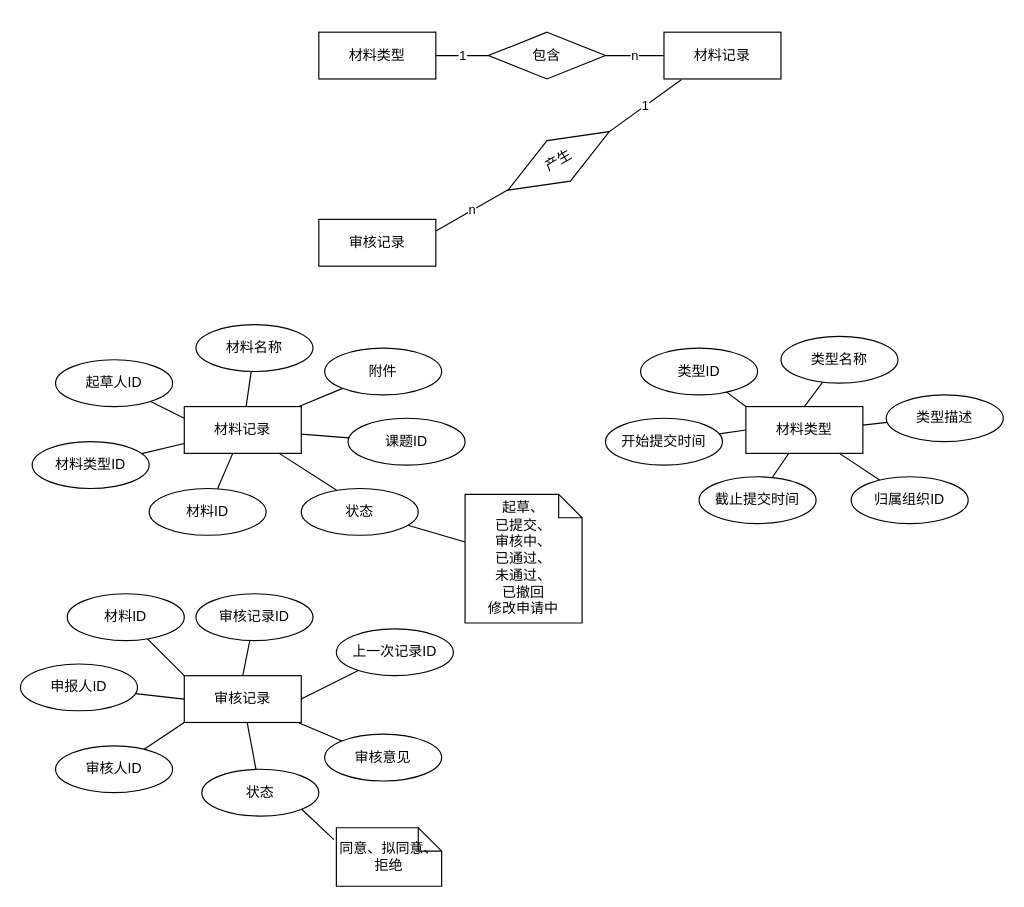
FdfGithub/drawio keeps this draw.io diagram as page "材料服务" (4 of 5) of 毕设管理系统/ER模型图.drawio. Above is the earlier version. Source tidied: cells renumbered, new cells numbered last; positions are measured from the earlier drawing's top-left corner, leaving out a move shared by most shapes. Both pictures are drawn from the tidied source at 117%, with x=0, y=0 at pixel (20, 32).
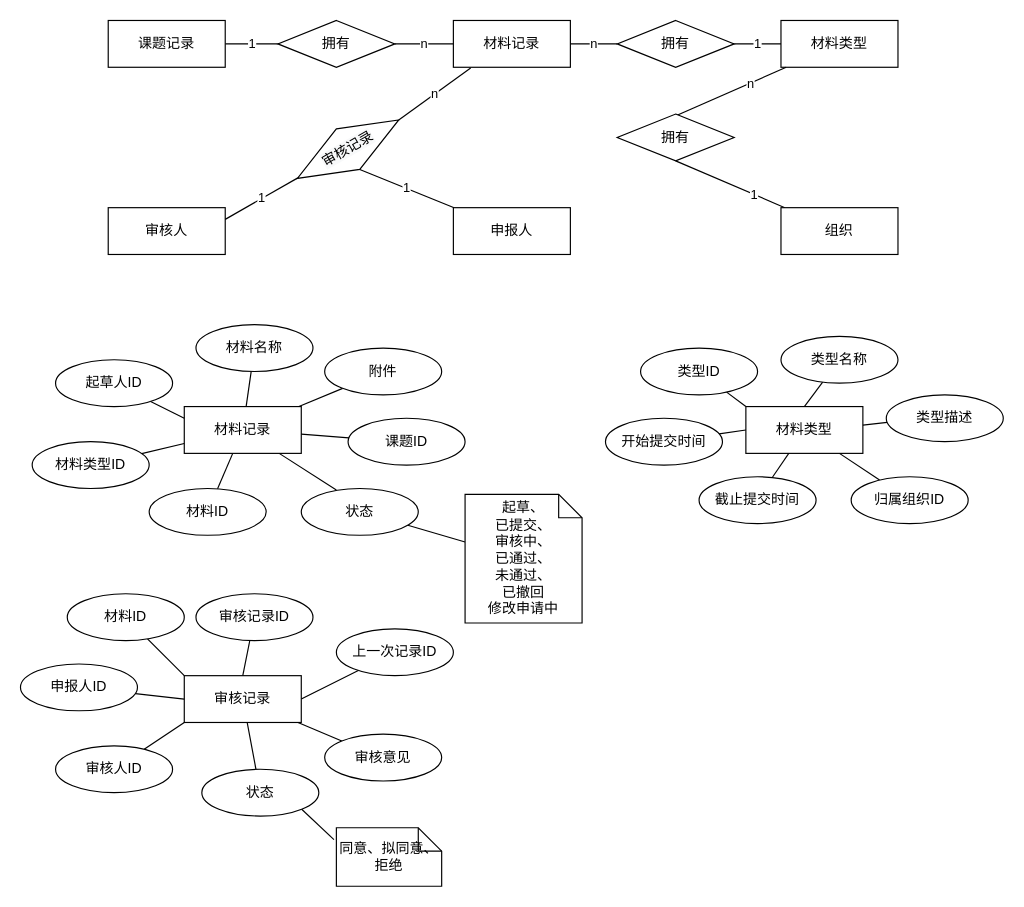
The same diagram, later.

Change to the diagram source:
```diff
@@
     <mxCell id="2" value="材料记录" style="whiteSpace=wrap;html=1;align=center;" parent="1" vertex="1">
-      <mxGeometry x="550" width="100" height="40" as="geometry" />
+      <mxGeometry x="370" y="-10" width="100" height="40" as="geometry" />
     </mxCell>
@@
-    <mxCell id="4" value="材料类型" style="whiteSpace=wrap;html=1;align=center;" parent="1" vertex="1">
-      <mxGeometry x="255" width="100" height="40" as="geometry" />
+    <mxCell id="4" value="课题记录" style="whiteSpace=wrap;html=1;align=center;" parent="1" vertex="1">
+      <mxGeometry x="75" y="-10" width="100" height="40" as="geometry" />
     </mxCell>
-    <mxCell id="5" value="审核记录" style="whiteSpace=wrap;html=1;align=center;" parent="1" vertex="1">
-      <mxGeometry x="255" y="160" width="100" height="40" as="geometry" />
+    <mxCell id="5" value="审核人" style="whiteSpace=wrap;html=1;align=center;" parent="1" vertex="1">
+      <mxGeometry x="75" y="150" width="100" height="40" as="geometry" />
     </mxCell>
@@
     <mxCell id="51" value="n" style="edgeStyle=none;rounded=0;jettySize=auto;html=1;endArrow=none;endFill=0;" parent="1" edge="1" source="52" target="2">
       <mxGeometry relative="1" as="geometry">
         <Array as="points">
-          <mxPoint x="520" y="20" />
+          <mxPoint x="340" y="10" />
         </Array>
       </mxGeometry>
     </mxCell>
-    <mxCell id="52" value="包含" style="shape=rhombus;perimeter=rhombusPerimeter;whiteSpace=wrap;html=1;align=center;" parent="1" vertex="1">
-      <mxGeometry x="400" width="100" height="40" as="geometry" />
+    <mxCell id="52" value="拥有" style="shape=rhombus;perimeter=rhombusPerimeter;whiteSpace=wrap;html=1;align=center;" parent="1" vertex="1">
+      <mxGeometry x="220" y="-10" width="100" height="40" as="geometry" />
     </mxCell>
-    <mxCell id="53" value="n" style="edgeStyle=none;rounded=0;jettySize=auto;html=1;entryX=1;entryY=0.25;entryDx=0;entryDy=0;endArrow=none;endFill=0;" parent="1" edge="1" source="55" target="5">
+    <mxCell id="53" value="1" style="edgeStyle=none;rounded=0;jettySize=auto;html=1;entryX=1;entryY=0.25;entryDx=0;entryDy=0;endArrow=none;endFill=0;" parent="1" edge="1" source="55" target="5">
       <mxGeometry relative="1" as="geometry" />
     </mxCell>
-    <mxCell id="54" value="1" style="edgeStyle=none;rounded=0;jettySize=auto;html=1;entryX=0.148;entryY=1.015;entryDx=0;entryDy=0;entryPerimeter=0;endArrow=none;endFill=0;exitX=1;exitY=0.5;exitDx=0;exitDy=0;" parent="1" edge="1" source="55" target="2">
+    <mxCell id="54" value="n" style="edgeStyle=none;rounded=0;jettySize=auto;html=1;entryX=0.148;entryY=1.015;entryDx=0;entryDy=0;entryPerimeter=0;endArrow=none;endFill=0;exitX=1;exitY=0.5;exitDx=0;exitDy=0;" parent="1" edge="1" source="55" target="2">
       <mxGeometry relative="1" as="geometry" />
     </mxCell>
-    <mxCell id="55" value="产生" style="shape=rhombus;perimeter=rhombusPerimeter;whiteSpace=wrap;html=1;align=center;rotation=-30;" parent="1" vertex="1">
-      <mxGeometry x="410" y="90" width="100" height="40" as="geometry" />
+    <mxCell id="55" value="&lt;span style=&quot;background-color: rgb(248 , 249 , 250)&quot;&gt;审核记录&lt;/span&gt;" style="shape=rhombus;perimeter=rhombusPerimeter;whiteSpace=wrap;html=1;align=center;rotation=-30;" parent="1" vertex="1">
+      <mxGeometry x="230" y="80" width="100" height="40" as="geometry" />
     </mxCell>
@@
+    <mxCell id="58" value="材料类型" style="whiteSpace=wrap;html=1;align=center;" parent="1" vertex="1">
+      <mxGeometry x="650" y="-10" width="100" height="40" as="geometry" />
+    </mxCell>
+    <mxCell id="59" value="1" style="edgeStyle=none;rounded=1;jumpStyle=arc;jumpSize=18;jettySize=auto;html=1;entryX=0;entryY=0.5;entryDx=0;entryDy=0;endArrow=none;endFill=0;" parent="1" edge="1" source="61" target="58">
+      <mxGeometry relative="1" as="geometry" />
+    </mxCell>
+    <mxCell id="60" value="n" style="edgeStyle=none;rounded=1;jumpStyle=arc;jumpSize=18;jettySize=auto;html=1;entryX=1;entryY=0.5;entryDx=0;entryDy=0;endArrow=none;endFill=0;" parent="1" edge="1" source="61" target="2">
+      <mxGeometry relative="1" as="geometry" />
+    </mxCell>
+    <mxCell id="61" value="拥有" style="shape=rhombus;perimeter=rhombusPerimeter;whiteSpace=wrap;html=1;align=center;" parent="1" vertex="1">
+      <mxGeometry x="510" y="-10" width="100" height="40" as="geometry" />
+    </mxCell>
+    <mxCell id="62" value="1" style="edgeStyle=none;rounded=1;jumpStyle=arc;jumpSize=18;jettySize=auto;html=1;endArrow=none;endFill=0;entryX=0.5;entryY=1;entryDx=0;entryDy=0;" parent="1" edge="1" source="63" target="55">
+      <mxGeometry relative="1" as="geometry" />
+    </mxCell>
+    <mxCell id="63" value="申报人" style="whiteSpace=wrap;html=1;align=center;" parent="1" vertex="1">
+      <mxGeometry x="370" y="150" width="100" height="40" as="geometry" />
+    </mxCell>
+    <mxCell id="64" style="edgeStyle=none;rounded=1;jumpStyle=arc;jumpSize=18;jettySize=auto;html=1;entryX=0.5;entryY=1;entryDx=0;entryDy=0;endArrow=none;endFill=0;" parent="1" edge="1" source="66" target="69">
+      <mxGeometry relative="1" as="geometry" />
+    </mxCell>
+    <mxCell id="65" value="1" style="edgeLabel;html=1;align=center;verticalAlign=middle;" parent="64" vertex="1">
+      <mxGeometry x="-0.45" y="-1" relative="1" as="geometry">
+        <mxPoint x="-1" as="offset" />
+      </mxGeometry>
+    </mxCell>
+    <mxCell id="66" value="组织" style="whiteSpace=wrap;html=1;align=center;" parent="1" vertex="1">
+      <mxGeometry x="650" y="150" width="100" height="40" as="geometry" />
+    </mxCell>
+    <mxCell id="67" style="edgeStyle=none;rounded=1;jumpStyle=arc;jumpSize=18;jettySize=auto;html=1;endArrow=none;endFill=0;exitX=0.356;exitY=0.195;exitDx=0;exitDy=0;exitPerimeter=0;" parent="1" edge="1" source="69" target="58">
+      <mxGeometry relative="1" as="geometry" />
+    </mxCell>
+    <mxCell id="68" value="n" style="edgeLabel;html=1;align=center;verticalAlign=middle;" parent="67" vertex="1">
+      <mxGeometry x="0.43" relative="1" as="geometry" />
+    </mxCell>
+    <mxCell id="69" value="拥有" style="shape=rhombus;perimeter=rhombusPerimeter;whiteSpace=wrap;html=1;align=center;" parent="1" vertex="1">
+      <mxGeometry x="510" y="70" width="100" height="40" as="geometry" />
+    </mxCell>
```
